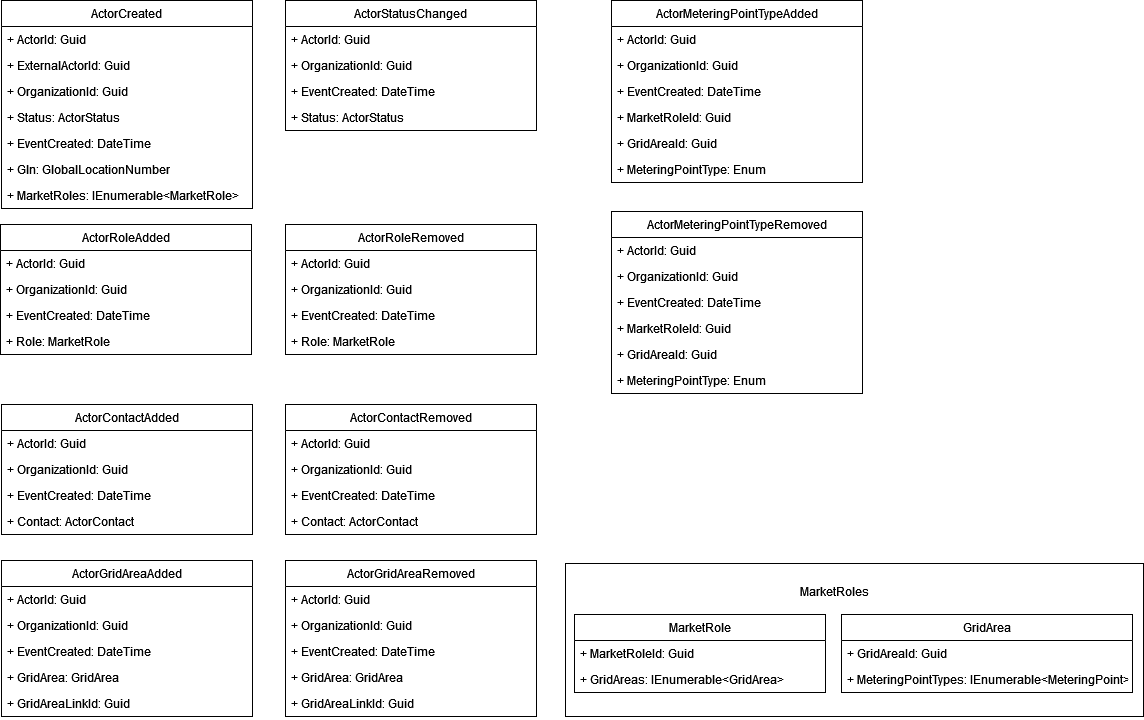
Before: docs/images/Actor_register-ActorIntegrationEvents.drawio.png, a diagram exported from draw.io (Energinet-DataHub/geh-market-participant). Source tidied: cells renumbered, new cells last; positions are measured from the earlier drawing's top-left corner, leaving out a move shared by most shapes.
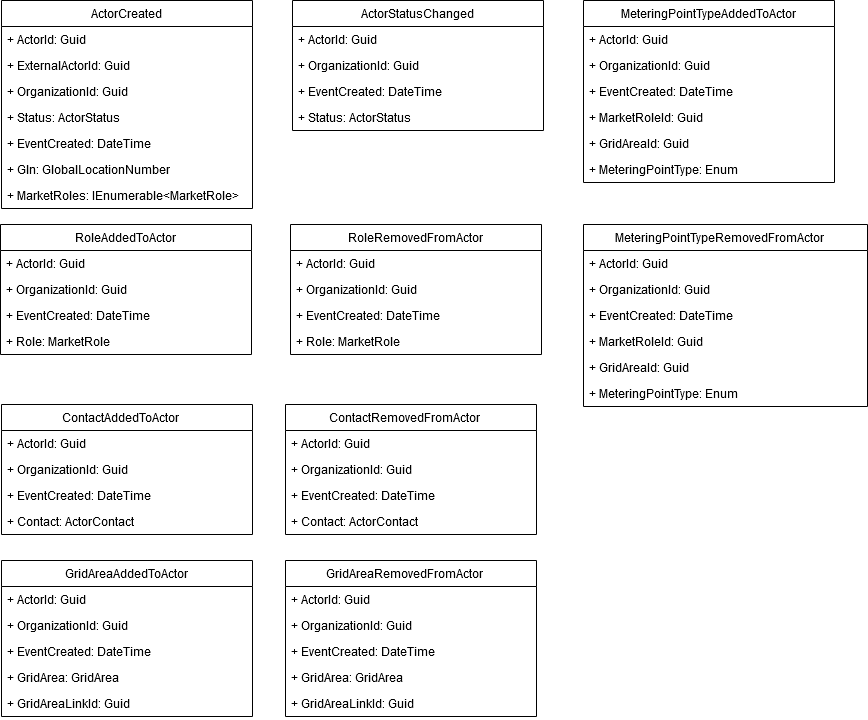
The same file after the commit.

Commit message:
Updated event names

Diff of the diagram source:
```diff
@@ -27,7 +27,7 @@
       <mxGeometry y="182" width="251" height="26" as="geometry" />
     </mxCell>
     <mxCell id="10" value="ActorStatusChanged" style="swimlane;fontStyle=0;horizontal=1;startSize=26;fillColor=none;" parent="1" vertex="1">
-      <mxGeometry x="285" width="251" height="130" as="geometry" />
+      <mxGeometry x="292" width="251" height="130" as="geometry" />
     </mxCell>
     <mxCell id="11" value="+ ActorId: Guid" style="text;strokeColor=none;fillColor=none;align=left;verticalAlign=top;spacingLeft=4;spacingRight=4;overflow=hidden;" parent="10" vertex="1">
       <mxGeometry y="26" width="251" height="26" as="geometry" />
@@ -41,7 +41,7 @@
     <mxCell id="14" value="+ Status: ActorStatus" style="text;strokeColor=none;fillColor=none;align=left;verticalAlign=top;spacingLeft=4;spacingRight=4;overflow=hidden;" parent="10" vertex="1">
       <mxGeometry y="104" width="251" height="26" as="geometry" />
     </mxCell>
-    <mxCell id="15" value="ActorRoleAdded" style="swimlane;fontStyle=0;horizontal=1;startSize=26;fillColor=none;" parent="1" vertex="1">
+    <mxCell id="15" value="RoleAddedToActor" style="swimlane;fontStyle=0;horizontal=1;startSize=26;fillColor=none;" parent="1" vertex="1">
       <mxGeometry y="224" width="251" height="130" as="geometry" />
     </mxCell>
     <mxCell id="16" value="+ ActorId: Guid" style="text;strokeColor=none;fillColor=none;align=left;verticalAlign=top;spacingLeft=4;spacingRight=4;overflow=hidden;" parent="15" vertex="1">
@@ -56,7 +56,7 @@
     <mxCell id="19" value="+ Role: MarketRole" style="text;strokeColor=none;fillColor=none;align=left;verticalAlign=top;spacingLeft=4;spacingRight=4;overflow=hidden;" parent="15" vertex="1">
       <mxGeometry y="104" width="251" height="26" as="geometry" />
     </mxCell>
-    <mxCell id="20" value="ActorGridAreaAdded" style="swimlane;fontStyle=0;horizontal=1;startSize=26;fillColor=none;" parent="1" vertex="1">
+    <mxCell id="20" value="GridAreaAddedToActor" style="swimlane;fontStyle=0;horizontal=1;startSize=26;fillColor=none;" parent="1" vertex="1">
       <mxGeometry x="1" y="560" width="251" height="156" as="geometry" />
     </mxCell>
     <mxCell id="21" value="+ ActorId: Guid" style="text;strokeColor=none;fillColor=none;align=left;verticalAlign=top;spacingLeft=4;spacingRight=4;overflow=hidden;" parent="20" vertex="1">
@@ -74,8 +74,8 @@
     <mxCell id="25" value="+ GridAreaLinkId: Guid" style="text;strokeColor=none;fillColor=none;align=left;verticalAlign=top;spacingLeft=4;spacingRight=4;overflow=hidden;" parent="20" vertex="1">
       <mxGeometry y="130" width="251" height="26" as="geometry" />
     </mxCell>
-    <mxCell id="26" value="ActorMeteringPointTypeAdded" style="swimlane;fontStyle=0;horizontal=1;startSize=26;fillColor=none;" parent="1" vertex="1">
-      <mxGeometry x="611" width="251" height="182" as="geometry" />
+    <mxCell id="26" value="MeteringPointTypeAddedToActor" style="swimlane;fontStyle=0;horizontal=1;startSize=26;fillColor=none;" parent="1" vertex="1">
+      <mxGeometry x="583" width="251" height="182" as="geometry" />
     </mxCell>
     <mxCell id="27" value="+ ActorId: Guid" style="text;strokeColor=none;fillColor=none;align=left;verticalAlign=top;spacingLeft=4;spacingRight=4;overflow=hidden;" parent="26" vertex="1">
       <mxGeometry y="26" width="251" height="26" as="geometry" />
@@ -95,31 +95,7 @@
     <mxCell id="32" value="+ MeteringPointType: Enum" style="text;strokeColor=none;fillColor=none;align=left;verticalAlign=top;spacingLeft=4;spacingRight=4;overflow=hidden;" parent="26" vertex="1">
       <mxGeometry y="156" width="251" height="26" as="geometry" />
     </mxCell>
-    <mxCell id="33" style="rounded=0;whiteSpace=wrap;html=1;" parent="1" vertex="1">
-      <mxGeometry x="565" y="563" width="578" height="153" as="geometry" />
-    </mxCell>
-    <mxCell id="34" value="MarketRole" style="swimlane;fontStyle=0;horizontal=1;startSize=26;fillColor=none;" parent="1" vertex="1">
-      <mxGeometry x="574" y="614" width="251" height="78" as="geometry" />
-    </mxCell>
-    <mxCell id="35" value="+ MarketRoleId: Guid" style="text;strokeColor=none;fillColor=none;align=left;verticalAlign=top;spacingLeft=4;spacingRight=4;overflow=hidden;" parent="34" vertex="1">
-      <mxGeometry y="26" width="251" height="26" as="geometry" />
-    </mxCell>
-    <mxCell id="36" value="+ GridAreas: IEnumerable&lt;GridArea&gt;" style="text;strokeColor=none;fillColor=none;align=left;verticalAlign=top;spacingLeft=4;spacingRight=4;overflow=hidden;" parent="34" vertex="1">
-      <mxGeometry y="52" width="251" height="26" as="geometry" />
-    </mxCell>
-    <mxCell id="37" value="GridArea" style="swimlane;fontStyle=0;horizontal=1;startSize=26;fillColor=none;" parent="1" vertex="1">
-      <mxGeometry x="841" y="614" width="291" height="78" as="geometry" />
-    </mxCell>
-    <mxCell id="38" value="+ GridAreaId: Guid" style="text;strokeColor=none;fillColor=none;align=left;verticalAlign=top;spacingLeft=4;spacingRight=4;overflow=hidden;" parent="37" vertex="1">
-      <mxGeometry y="26" width="291" height="26" as="geometry" />
-    </mxCell>
-    <mxCell id="39" value="+ MeteringPointTypes: IEnumerable&lt;MeteringPoint&gt;" style="text;strokeColor=none;fillColor=none;align=left;verticalAlign=top;spacingLeft=4;spacingRight=4;overflow=hidden;" parent="37" vertex="1">
-      <mxGeometry y="52" width="291" height="26" as="geometry" />
-    </mxCell>
-    <mxCell id="40" value="MarketRoles" style="text;html=1;strokeColor=none;fillColor=none;align=center;verticalAlign=middle;whiteSpace=wrap;rounded=0;" parent="1" vertex="1">
-      <mxGeometry x="804" y="576" width="60" height="30" as="geometry" />
-    </mxCell>
-    <mxCell id="41" value="ActorContactAdded" style="swimlane;fontStyle=0;horizontal=1;startSize=26;fillColor=none;" parent="1" vertex="1">
+    <mxCell id="41" value="ContactAddedToActor    " style="swimlane;fontStyle=0;horizontal=1;startSize=26;fillColor=none;" parent="1" vertex="1">
       <mxGeometry x="1" y="404" width="251" height="130" as="geometry" />
     </mxCell>
     <mxCell id="42" value="+ ActorId: Guid" style="text;strokeColor=none;fillColor=none;align=left;verticalAlign=top;spacingLeft=4;spacingRight=4;overflow=hidden;" parent="41" vertex="1">
@@ -134,7 +110,7 @@
     <mxCell id="45" value="+ Contact: ActorContact" style="text;strokeColor=none;fillColor=none;align=left;verticalAlign=top;spacingLeft=4;spacingRight=4;overflow=hidden;" parent="41" vertex="1">
       <mxGeometry y="104" width="251" height="26" as="geometry" />
     </mxCell>
-    <mxCell id="46" value="ActorContactRemoved" style="swimlane;fontStyle=0;horizontal=1;startSize=26;fillColor=none;" parent="1" vertex="1">
+    <mxCell id="46" value="ContactRemovedFromActor    " style="swimlane;fontStyle=0;horizontal=1;startSize=26;fillColor=none;" parent="1" vertex="1">
       <mxGeometry x="285" y="404" width="251" height="130" as="geometry" />
     </mxCell>
     <mxCell id="47" value="+ ActorId: Guid" style="text;strokeColor=none;fillColor=none;align=left;verticalAlign=top;spacingLeft=4;spacingRight=4;overflow=hidden;" parent="46" vertex="1">
@@ -149,8 +125,8 @@
     <mxCell id="50" value="+ Contact: ActorContact" style="text;strokeColor=none;fillColor=none;align=left;verticalAlign=top;spacingLeft=4;spacingRight=4;overflow=hidden;" parent="46" vertex="1">
       <mxGeometry y="104" width="251" height="26" as="geometry" />
     </mxCell>
-    <mxCell id="51" value="ActorRoleRemoved" style="swimlane;fontStyle=0;horizontal=1;startSize=26;fillColor=none;" parent="1" vertex="1">
-      <mxGeometry x="285" y="224" width="251" height="130" as="geometry" />
+    <mxCell id="51" value="RoleRemovedFromActor" style="swimlane;fontStyle=0;horizontal=1;startSize=26;fillColor=none;" parent="1" vertex="1">
+      <mxGeometry x="290" y="224" width="251" height="130" as="geometry" />
     </mxCell>
     <mxCell id="52" value="+ ActorId: Guid" style="text;strokeColor=none;fillColor=none;align=left;verticalAlign=top;spacingLeft=4;spacingRight=4;overflow=hidden;" parent="51" vertex="1">
       <mxGeometry y="26" width="251" height="26" as="geometry" />
@@ -164,28 +140,28 @@
     <mxCell id="55" value="+ Role: MarketRole" style="text;strokeColor=none;fillColor=none;align=left;verticalAlign=top;spacingLeft=4;spacingRight=4;overflow=hidden;" parent="51" vertex="1">
       <mxGeometry y="104" width="251" height="26" as="geometry" />
     </mxCell>
-    <mxCell id="56" value="ActorMeteringPointTypeRemoved" style="swimlane;fontStyle=0;horizontal=1;startSize=26;fillColor=none;" parent="1" vertex="1">
-      <mxGeometry x="611" y="211" width="251" height="182" as="geometry" />
+    <mxCell id="56" value="MeteringPointTypeRemovedFromActor    " style="swimlane;fontStyle=0;horizontal=1;startSize=26;fillColor=none;" parent="1" vertex="1">
+      <mxGeometry x="583" y="224" width="284" height="182" as="geometry" />
     </mxCell>
     <mxCell id="57" value="+ ActorId: Guid" style="text;strokeColor=none;fillColor=none;align=left;verticalAlign=top;spacingLeft=4;spacingRight=4;overflow=hidden;" parent="56" vertex="1">
-      <mxGeometry y="26" width="251" height="26" as="geometry" />
+      <mxGeometry y="26" width="284" height="26" as="geometry" />
     </mxCell>
     <mxCell id="58" value="+ OrganizationId: Guid" style="text;strokeColor=none;fillColor=none;align=left;verticalAlign=top;spacingLeft=4;spacingRight=4;overflow=hidden;" parent="56" vertex="1">
-      <mxGeometry y="52" width="251" height="26" as="geometry" />
+      <mxGeometry y="52" width="284" height="26" as="geometry" />
     </mxCell>
     <mxCell id="59" value="+ EventCreated: DateTime" style="text;strokeColor=none;fillColor=none;align=left;verticalAlign=top;spacingLeft=4;spacingRight=4;overflow=hidden;" parent="56" vertex="1">
-      <mxGeometry y="78" width="251" height="26" as="geometry" />
+      <mxGeometry y="78" width="284" height="26" as="geometry" />
     </mxCell>
     <mxCell id="60" value="+ MarketRoleId: Guid" style="text;strokeColor=none;fillColor=none;align=left;verticalAlign=top;spacingLeft=4;spacingRight=4;overflow=hidden;" parent="56" vertex="1">
-      <mxGeometry y="104" width="251" height="26" as="geometry" />
+      <mxGeometry y="104" width="284" height="26" as="geometry" />
     </mxCell>
     <mxCell id="61" value="+ GridAreaId: Guid" style="text;strokeColor=none;fillColor=none;align=left;verticalAlign=top;spacingLeft=4;spacingRight=4;overflow=hidden;" parent="56" vertex="1">
-      <mxGeometry y="130" width="251" height="26" as="geometry" />
+      <mxGeometry y="130" width="284" height="26" as="geometry" />
     </mxCell>
     <mxCell id="62" value="+ MeteringPointType: Enum" style="text;strokeColor=none;fillColor=none;align=left;verticalAlign=top;spacingLeft=4;spacingRight=4;overflow=hidden;" parent="56" vertex="1">
-      <mxGeometry y="156" width="251" height="26" as="geometry" />
+      <mxGeometry y="156" width="284" height="26" as="geometry" />
     </mxCell>
-    <mxCell id="63" value="ActorGridAreaRemoved" style="swimlane;fontStyle=0;horizontal=1;startSize=26;fillColor=none;" parent="1" vertex="1">
+    <mxCell id="63" value="GridAreaRemovedFromActor    " style="swimlane;fontStyle=0;horizontal=1;startSize=26;fillColor=none;" parent="1" vertex="1">
       <mxGeometry x="285" y="560" width="251" height="156" as="geometry" />
     </mxCell>
     <mxCell id="64" value="+ ActorId: Guid" style="text;strokeColor=none;fillColor=none;align=left;verticalAlign=top;spacingLeft=4;spacingRight=4;overflow=hidden;" parent="63" vertex="1">
```
